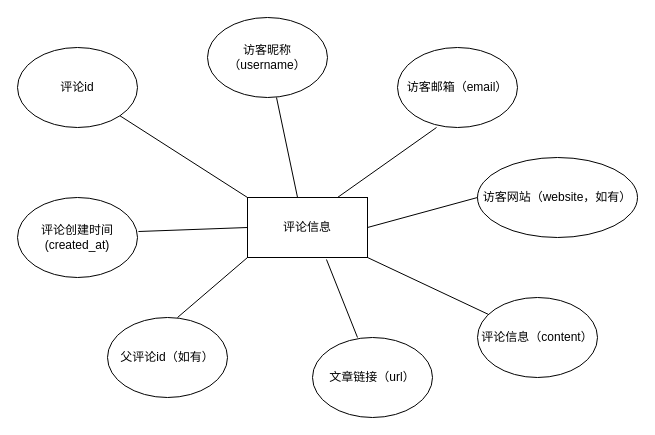
Above: diagrams/评论信息E-R图.drawio in real-jiakai/draw (draw.io), before the change. Source tidied: cells renumbered, new cells numbered last; positions are measured from the earlier drawing's top-left corner, leaving out a move shared by most shapes. Both pictures are drawn from the tidied source at 100%, with x=0, y=0 at pixel (17, 17).
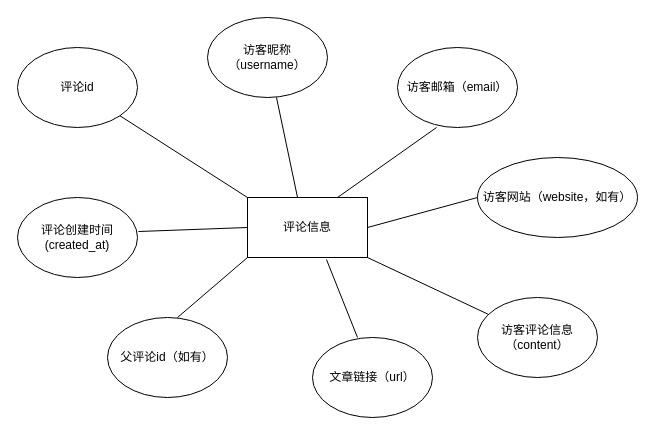
The same page after the edit.

Commit message (it also covers changes not shown here):
Update 评论信息E-R图.drawio

Diff of the diagram source:
```diff
@@
-    <mxCell id="7" value="评论信息（content）" style="ellipse;whiteSpace=wrap;html=1;" parent="1" vertex="1">
+    <mxCell id="7" value="访客评论信息（content）" style="ellipse;whiteSpace=wrap;html=1;" parent="1" vertex="1">
       <mxGeometry x="460" y="280" width="120" height="80" as="geometry" />
     </mxCell>
```
